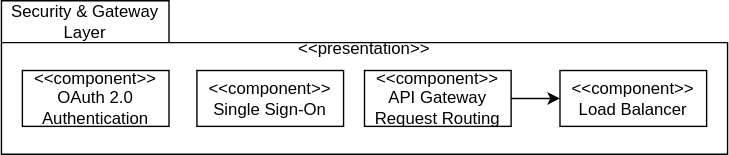
This is Assignment2/diagrams/ad_safety_layer.svg from qianlinnian/se_sad_project, a draw.io export, as it was before one commit. Source tidied: cells renumbered, new cells last; positions are measured from the earlier drawing's top-left corner, leaving out a move shared by most shapes. Source of this version:
```xml
<mxGraphModel>
  <root>
    <mxCell id="0" />
    <mxCell id="1" parent="0" />
    <mxCell id="2" style="group;" parent="1" vertex="1">
      <mxGeometry width="520" height="110" as="geometry" />
    </mxCell>
    <mxCell id="3" style="shape=folder;fontStyle=1;spacingTop=10;tabWidth=120;tabHeight=30;tabPosition=left;html=1;whiteSpace=wrap;" parent="2" vertex="1">
      <mxGeometry width="520" height="110" as="geometry" />
    </mxCell>
    <mxCell id="4" value="Security &amp;amp; Gateway Layer" style="text;html=1;whiteSpace=wrap;strokeColor=none;fillColor=none;align=center;verticalAlign=middle;rounded=0;" parent="2" vertex="1">
      <mxGeometry width="120" height="30" as="geometry" />
    </mxCell>
    <mxCell id="5" value="&amp;lt;&amp;lt;presentation&amp;gt;&amp;gt;" style="text;html=1;whiteSpace=wrap;strokeColor=none;fillColor=none;align=center;verticalAlign=middle;rounded=0;" parent="2" vertex="1">
      <mxGeometry x="60" y="20" width="400" height="30" as="geometry" />
    </mxCell>
    <mxCell id="6" value="&amp;lt;&amp;lt;component&amp;gt;&amp;gt;&lt;div&gt;OAuth 2.0 Authentication&lt;/div&gt;" style="rounded=0;whiteSpace=wrap;html=1;" parent="2" vertex="1">
      <mxGeometry x="15" y="50" width="105" height="40" as="geometry" />
    </mxCell>
    <mxCell id="7" value="&amp;lt;&amp;lt;component&amp;gt;&amp;gt;&lt;div&gt;Single Sign-On&lt;/div&gt;" style="rounded=0;whiteSpace=wrap;html=1;" parent="2" vertex="1">
      <mxGeometry x="140" y="50" width="105" height="40" as="geometry" />
    </mxCell>
    <mxCell id="8" style="edgeStyle=orthogonalEdgeStyle;rounded=0;jettySize=auto;html=1;exitX=1;exitY=0.5;exitDx=0;exitDy=0;entryX=0;entryY=0.5;entryDx=0;entryDy=0;" parent="2" edge="1" source="9" target="10">
      <mxGeometry relative="1" as="geometry" />
    </mxCell>
    <mxCell id="9" value="&amp;lt;&amp;lt;component&amp;gt;&amp;gt;&lt;div&gt;API Gateway Request Routing&lt;/div&gt;" style="rounded=0;whiteSpace=wrap;html=1;" parent="2" vertex="1">
      <mxGeometry x="260" y="50" width="105" height="40" as="geometry" />
    </mxCell>
    <mxCell id="10" value="&amp;lt;&amp;lt;component&amp;gt;&amp;gt; Load Balancer" style="rounded=0;whiteSpace=wrap;html=1;" parent="2" vertex="1">
      <mxGeometry x="400" y="50" width="105" height="40" as="geometry" />
    </mxCell>
  </root>
</mxGraphModel>
```
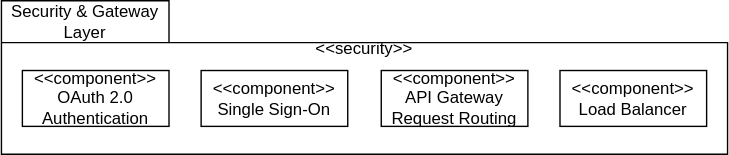
Later version of the same file.

Change to the diagram source:
```diff
@@ -11,20 +11,17 @@
     <mxCell id="4" value="Security &amp;amp; Gateway Layer" style="text;html=1;whiteSpace=wrap;strokeColor=none;fillColor=none;align=center;verticalAlign=middle;rounded=0;" parent="2" vertex="1">
       <mxGeometry width="120" height="30" as="geometry" />
     </mxCell>
-    <mxCell id="5" value="&amp;lt;&amp;lt;presentation&amp;gt;&amp;gt;" style="text;html=1;whiteSpace=wrap;strokeColor=none;fillColor=none;align=center;verticalAlign=middle;rounded=0;" parent="2" vertex="1">
+    <mxCell id="5" value="&amp;lt;&amp;lt;security&amp;gt;&amp;gt;" style="text;html=1;whiteSpace=wrap;strokeColor=none;fillColor=none;align=center;verticalAlign=middle;rounded=0;" parent="2" vertex="1">
       <mxGeometry x="60" y="20" width="400" height="30" as="geometry" />
     </mxCell>
     <mxCell id="6" value="&amp;lt;&amp;lt;component&amp;gt;&amp;gt;&lt;div&gt;OAuth 2.0 Authentication&lt;/div&gt;" style="rounded=0;whiteSpace=wrap;html=1;" parent="2" vertex="1">
       <mxGeometry x="15" y="50" width="105" height="40" as="geometry" />
     </mxCell>
     <mxCell id="7" value="&amp;lt;&amp;lt;component&amp;gt;&amp;gt;&lt;div&gt;Single Sign-On&lt;/div&gt;" style="rounded=0;whiteSpace=wrap;html=1;" parent="2" vertex="1">
-      <mxGeometry x="140" y="50" width="105" height="40" as="geometry" />
+      <mxGeometry x="143" y="50" width="105" height="40" as="geometry" />
     </mxCell>
-    <mxCell id="8" style="edgeStyle=orthogonalEdgeStyle;rounded=0;jettySize=auto;html=1;exitX=1;exitY=0.5;exitDx=0;exitDy=0;entryX=0;entryY=0.5;entryDx=0;entryDy=0;" parent="2" edge="1" source="9" target="10">
-      <mxGeometry relative="1" as="geometry" />
-    </mxCell>
     <mxCell id="9" value="&amp;lt;&amp;lt;component&amp;gt;&amp;gt;&lt;div&gt;API Gateway Request Routing&lt;/div&gt;" style="rounded=0;whiteSpace=wrap;html=1;" parent="2" vertex="1">
-      <mxGeometry x="260" y="50" width="105" height="40" as="geometry" />
+      <mxGeometry x="272" y="50" width="105" height="40" as="geometry" />
     </mxCell>
     <mxCell id="10" value="&amp;lt;&amp;lt;component&amp;gt;&amp;gt; Load Balancer" style="rounded=0;whiteSpace=wrap;html=1;" parent="2" vertex="1">
       <mxGeometry x="400" y="50" width="105" height="40" as="geometry" />
```
